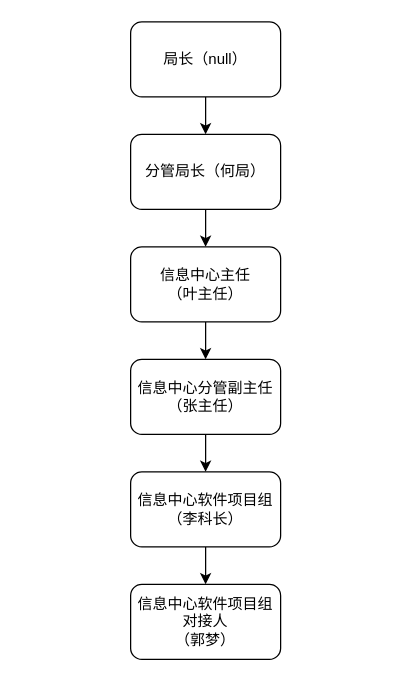
Earlier version of the draw.io diagram page "组织架构图" (1 of 2) of Untitled Diagram.drawio (yinyan168/StudyUML). Source tidied: cells renumbered, new cells numbered last; positions are measured from the earlier drawing's top-left corner, leaving out a move shared by most shapes. Both pictures are drawn from the tidied source at 125%, with x=0, y=0 at pixel (130, 21).
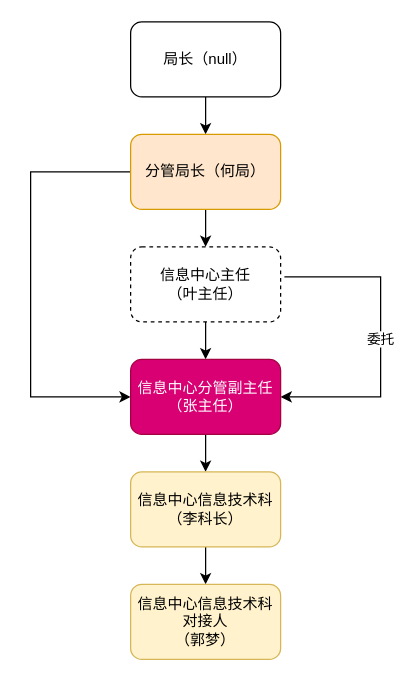
The same page after the edit.

Commit message:
系统关系设计

Change to the diagram source:
```diff
@@
 <mxGraphModel>
   <root>
     <mxCell id="0" />
     <mxCell id="1" parent="0" />
     <mxCell id="2" style="edgeStyle=orthogonalEdgeStyle;rounded=0;jettySize=auto;html=1;" parent="1" edge="1" source="3" target="5">
       <mxGeometry relative="1" as="geometry" />
     </mxCell>
     <mxCell id="3" value="局长（null）" style="rounded=1;whiteSpace=wrap;html=1;" parent="1" vertex="1">
       <mxGeometry width="120" height="60" as="geometry" />
     </mxCell>
     <mxCell id="4" style="edgeStyle=orthogonalEdgeStyle;rounded=0;jettySize=auto;html=1;" parent="1" edge="1" source="5" target="7">
       <mxGeometry relative="1" as="geometry" />
     </mxCell>
+    <mxCell id="13" style="edgeStyle=orthogonalEdgeStyle;rounded=0;jettySize=auto;html=1;entryX=0;entryY=0.5;entryDx=0;entryDy=0;" parent="1" edge="1" source="5" target="9">
+      <mxGeometry relative="1" as="geometry">
+        <Array as="points">
+          <mxPoint x="-80" y="120" />
+          <mxPoint x="-80" y="300" />
+        </Array>
+      </mxGeometry>
+    </mxCell>
-    <mxCell id="5" value="分管局长（何局）" style="rounded=1;whiteSpace=wrap;html=1;" parent="1" vertex="1">
+    <mxCell id="5" value="分管局长（何局）" style="rounded=1;whiteSpace=wrap;html=1;fillColor=#ffe6cc;strokeColor=#d79b00;" parent="1" vertex="1">
       <mxGeometry y="90" width="120" height="60" as="geometry" />
     </mxCell>
     <mxCell id="6" style="edgeStyle=orthogonalEdgeStyle;rounded=0;jettySize=auto;html=1;" parent="1" edge="1" source="7" target="9">
       <mxGeometry relative="1" as="geometry" />
     </mxCell>
+    <mxCell id="14" value="委托" style="edgeStyle=orthogonalEdgeStyle;rounded=0;jettySize=auto;html=1;entryX=1;entryY=0.5;entryDx=0;entryDy=0;exitX=1.025;exitY=0.4;exitDx=0;exitDy=0;exitPerimeter=0;" parent="1" edge="1" source="7" target="9">
+      <mxGeometry relative="1" as="geometry">
+        <Array as="points">
+          <mxPoint x="200" y="204" />
+          <mxPoint x="200" y="300" />
+        </Array>
+      </mxGeometry>
+    </mxCell>
-    <mxCell id="7" value="信息中心主任&lt;br&gt;（叶主任）" style="whiteSpace=wrap;html=1;rounded=1;" parent="1" vertex="1">
+    <mxCell id="7" value="信息中心主任&lt;br&gt;（叶主任）" style="whiteSpace=wrap;html=1;rounded=1;dashed=1;" parent="1" vertex="1">
       <mxGeometry y="180" width="120" height="60" as="geometry" />
     </mxCell>
     <mxCell id="8" style="edgeStyle=orthogonalEdgeStyle;rounded=0;jettySize=auto;html=1;" parent="1" edge="1" source="9" target="11">
       <mxGeometry relative="1" as="geometry" />
     </mxCell>
-    <mxCell id="9" value="&lt;span&gt;信息中心分管副主任&lt;/span&gt;&lt;br&gt;&lt;span&gt;（张主任）&lt;/span&gt;" style="whiteSpace=wrap;html=1;rounded=1;" parent="1" vertex="1">
+    <mxCell id="9" value="&lt;span&gt;信息中心分管副主任&lt;/span&gt;&lt;br&gt;&lt;span&gt;（张主任）&lt;/span&gt;" style="whiteSpace=wrap;html=1;rounded=1;fillColor=#d80073;strokeColor=#A50040;fontColor=#ffffff;" parent="1" vertex="1">
       <mxGeometry y="270" width="120" height="60" as="geometry" />
     </mxCell>
     <mxCell id="10" style="edgeStyle=orthogonalEdgeStyle;rounded=0;jettySize=auto;html=1;" parent="1" edge="1" source="11" target="12">
       <mxGeometry relative="1" as="geometry" />
     </mxCell>
-    <mxCell id="11" value="信息中心软件项目组&lt;br&gt;（李科长）" style="whiteSpace=wrap;html=1;rounded=1;" parent="1" vertex="1">
+    <mxCell id="11" value="信息中心信息技术科&lt;br&gt;（李科长）" style="whiteSpace=wrap;html=1;rounded=1;fillColor=#fff2cc;strokeColor=#d6b656;" parent="1" vertex="1">
       <mxGeometry y="360" width="120" height="60" as="geometry" />
     </mxCell>
-    <mxCell id="12" value="&lt;span&gt;信息中心软件项目组对接人&lt;/span&gt;&lt;br&gt;&lt;span&gt;（郭梦）&lt;/span&gt;" style="whiteSpace=wrap;html=1;rounded=1;" parent="1" vertex="1">
+    <mxCell id="12" value="&lt;span&gt;信息中心&lt;/span&gt;信息技术科&lt;span&gt;&lt;br&gt;对接人&lt;/span&gt;&lt;br&gt;&lt;span&gt;（郭梦）&lt;/span&gt;" style="whiteSpace=wrap;html=1;rounded=1;fillColor=#fff2cc;strokeColor=#d6b656;" parent="1" vertex="1">
       <mxGeometry y="450" width="120" height="60" as="geometry" />
     </mxCell>
   </root>
 </mxGraphModel>
```
